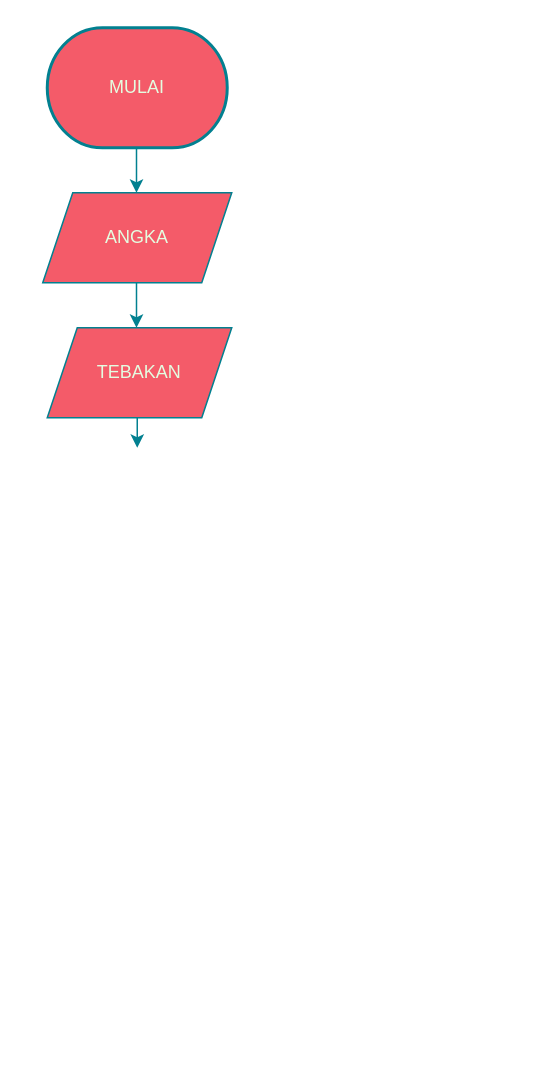
Earlier version of the draw.io diagram page "Page-1" (1 of 2) of Untitled Diagram.drawio (Zofita07/Algo_C_23241085). Source tidied: cells renumbered, new cells numbered last; positions are measured from the earlier drawing's top-left corner, leaving out a move shared by most shapes. Both pictures are drawn from the tidied source at 150%, with x=0, y=0 at pixel (42, 27).
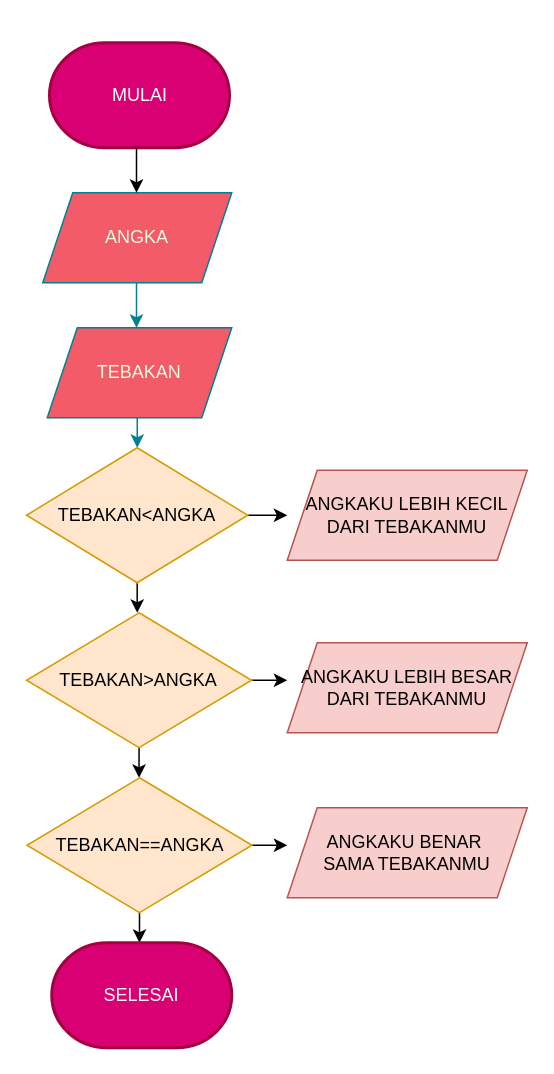
Above is the later version.

Commit message:
Pemutakhiran TUGAS 1 Diagram.drawio

What changed in the source:
```diff
@@
-<mxGraphModel>
+<mxGraphModel background="#ffffff">
@@
-    <mxCell id="5" value="MULAI" style="strokeWidth=2;html=1;shape=mxgraph.flowchart.terminator;whiteSpace=wrap;fillColor=#F45B69;strokeColor=#028090;labelBackgroundColor=none;fontColor=#E4FDE1;" parent="1" vertex="1">
-      <mxGeometry x="3" width="120" height="80" as="geometry" />
+    <mxCell id="5" value="MULAI" style="strokeWidth=2;html=1;shape=mxgraph.flowchart.terminator;whiteSpace=wrap;fillColor=#d80073;strokeColor=#A50040;labelBackgroundColor=none;fontColor=#ffffff;" parent="1" vertex="1">
+      <mxGeometry x="4.5" y="10" width="120" height="70" as="geometry" />
     </mxCell>
-    <mxCell id="6" style="endArrow=classic;html=1;rounded=0;labelBackgroundColor=none;strokeColor=#028090;fontColor=default;" parent="1" edge="1">
-      <mxGeometry relative="1" as="geometry">
-        <mxPoint x="62.5" y="80" as="sourcePoint" />
-        <mxPoint x="62.5" y="110" as="targetPoint" />
-      </mxGeometry>
-    </mxCell>
@@
+    <mxCell id="8" style="edgeStyle=orthogonalEdgeStyle;rounded=0;jettySize=auto;html=1;exitX=1;exitY=0.5;exitDx=0;exitDy=0;" parent="1" edge="1" source="10">
+      <mxGeometry relative="1" as="geometry">
+        <mxPoint x="163" y="325" as="targetPoint" />
+      </mxGeometry>
+    </mxCell>
+    <mxCell id="9" style="edgeStyle=orthogonalEdgeStyle;rounded=0;jettySize=auto;html=1;exitX=0.5;exitY=1;exitDx=0;exitDy=0;" parent="1" edge="1" source="10">
+      <mxGeometry relative="1" as="geometry">
+        <mxPoint x="63" y="390" as="targetPoint" />
+      </mxGeometry>
+    </mxCell>
+    <mxCell id="10" value="TEBAKAN&amp;lt;ANGKA" style="rhombus;whiteSpace=wrap;html=1;fillColor=#ffe6cc;strokeColor=#d79b00;" parent="1" vertex="1">
+      <mxGeometry x="-10.8" y="280" width="147.5" height="90" as="geometry" />
+    </mxCell>
+    <mxCell id="11" style="endArrow=classic;html=1;rounded=0;" parent="1" edge="1">
+      <mxGeometry relative="1" as="geometry">
+        <mxPoint x="62.5" y="80" as="sourcePoint" />
+        <mxPoint x="62.5" y="110" as="targetPoint" />
+      </mxGeometry>
+    </mxCell>
+    <mxCell id="12" style="edgeStyle=orthogonalEdgeStyle;rounded=0;jettySize=auto;html=1;" parent="1" edge="1" source="14">
+      <mxGeometry relative="1" as="geometry">
+        <mxPoint x="163" y="435" as="targetPoint" />
+      </mxGeometry>
+    </mxCell>
+    <mxCell id="13" style="edgeStyle=orthogonalEdgeStyle;rounded=0;jettySize=auto;html=1;" parent="1" edge="1" source="14">
+      <mxGeometry relative="1" as="geometry">
+        <mxPoint x="64.2" y="500" as="targetPoint" />
+      </mxGeometry>
+    </mxCell>
+    <mxCell id="14" value="TEBAKAN&amp;gt;ANGKA" style="rhombus;whiteSpace=wrap;html=1;fillColor=#ffe6cc;strokeColor=#d79b00;" parent="1" vertex="1">
+      <mxGeometry x="-10.8" y="390" width="150" height="90" as="geometry" />
+    </mxCell>
+    <mxCell id="15" style="edgeStyle=orthogonalEdgeStyle;rounded=0;jettySize=auto;html=1;" parent="1" edge="1" source="17">
+      <mxGeometry relative="1" as="geometry">
+        <mxPoint x="163" y="545" as="targetPoint" />
+      </mxGeometry>
+    </mxCell>
+    <mxCell id="16" style="edgeStyle=orthogonalEdgeStyle;rounded=0;jettySize=auto;html=1;" parent="1" edge="1" source="17">
+      <mxGeometry relative="1" as="geometry">
+        <mxPoint x="64.5" y="610" as="targetPoint" />
+      </mxGeometry>
+    </mxCell>
+    <mxCell id="17" value="TEBAKAN==ANGKA" style="rhombus;whiteSpace=wrap;html=1;fillColor=#ffe6cc;strokeColor=#d79b00;" parent="1" vertex="1">
+      <mxGeometry x="-10.5" y="500" width="150" height="90" as="geometry" />
+    </mxCell>
+    <mxCell id="18" value="ANGKAKU LEBIH KECIL&lt;br&gt;DARI TEBAKANMU" style="shape=parallelogram;perimeter=parallelogramPerimeter;whiteSpace=wrap;html=1;fixedSize=1;fillColor=#f8cecc;strokeColor=#b85450;" parent="1" vertex="1">
+      <mxGeometry x="163" y="295" width="160" height="60" as="geometry" />
+    </mxCell>
+    <mxCell id="19" value="ANGKAKU LEBIH BESAR&lt;br&gt;DARI TEBAKANMU" style="shape=parallelogram;perimeter=parallelogramPerimeter;whiteSpace=wrap;html=1;fixedSize=1;fillColor=#f8cecc;strokeColor=#b85450;" parent="1" vertex="1">
+      <mxGeometry x="163" y="410" width="160" height="60" as="geometry" />
+    </mxCell>
+    <mxCell id="20" value="ANGKAKU BENAR&amp;nbsp;&lt;br&gt;SAMA TEBAKANMU" style="shape=parallelogram;perimeter=parallelogramPerimeter;whiteSpace=wrap;html=1;fixedSize=1;fillColor=#f8cecc;strokeColor=#b85450;" parent="1" vertex="1">
+      <mxGeometry x="163" y="520" width="160" height="60" as="geometry" />
+    </mxCell>
+    <mxCell id="21" value="SELESAI" style="strokeWidth=2;html=1;shape=mxgraph.flowchart.terminator;whiteSpace=wrap;fillColor=#d80073;fontColor=#ffffff;strokeColor=#A50040;" parent="1" vertex="1">
+      <mxGeometry x="6" y="610" width="120" height="70" as="geometry" />
+    </mxCell>
```
